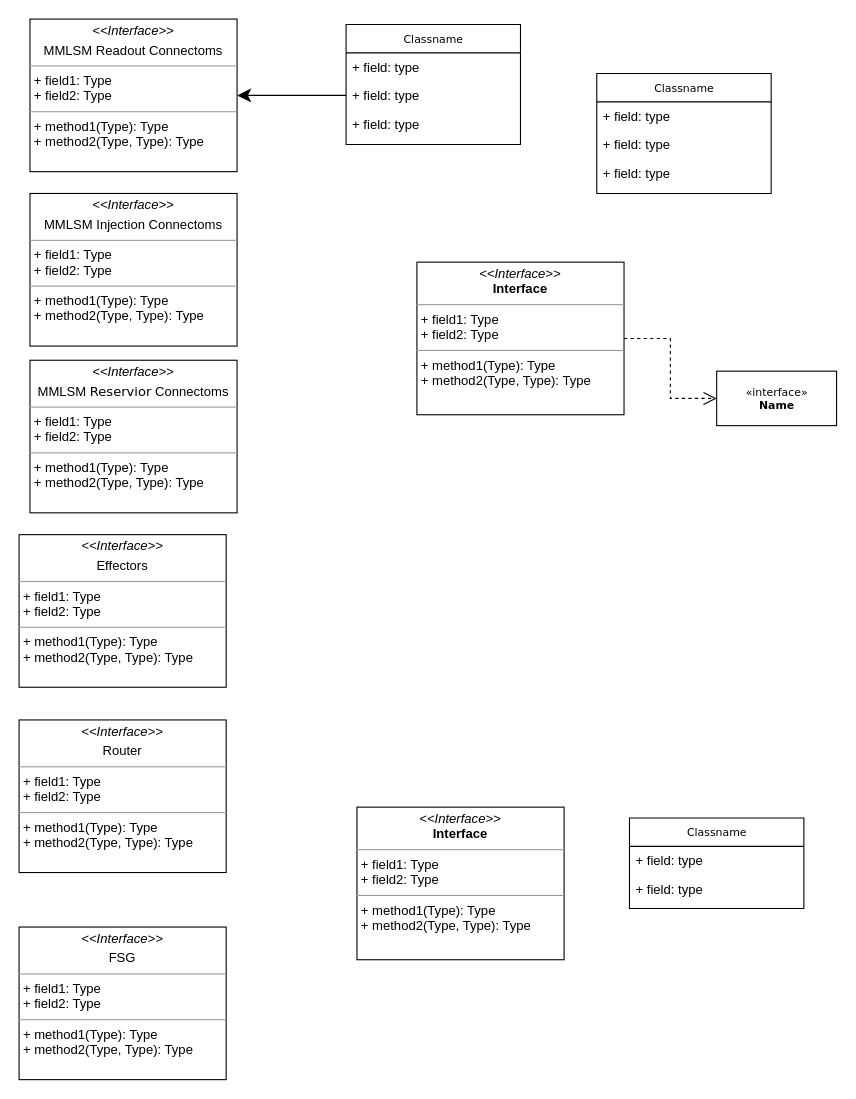
Before: node_class.drawio in xiechuxi/Memorophila_computing, a draw.io diagram. Source tidied: cells renumbered, new cells numbered last; positions are measured from the earlier drawing's top-left corner, leaving out a move shared by most shapes. Both pictures are drawn from the tidied source at 109%, with x=0, y=0 at pixel (19, 19).
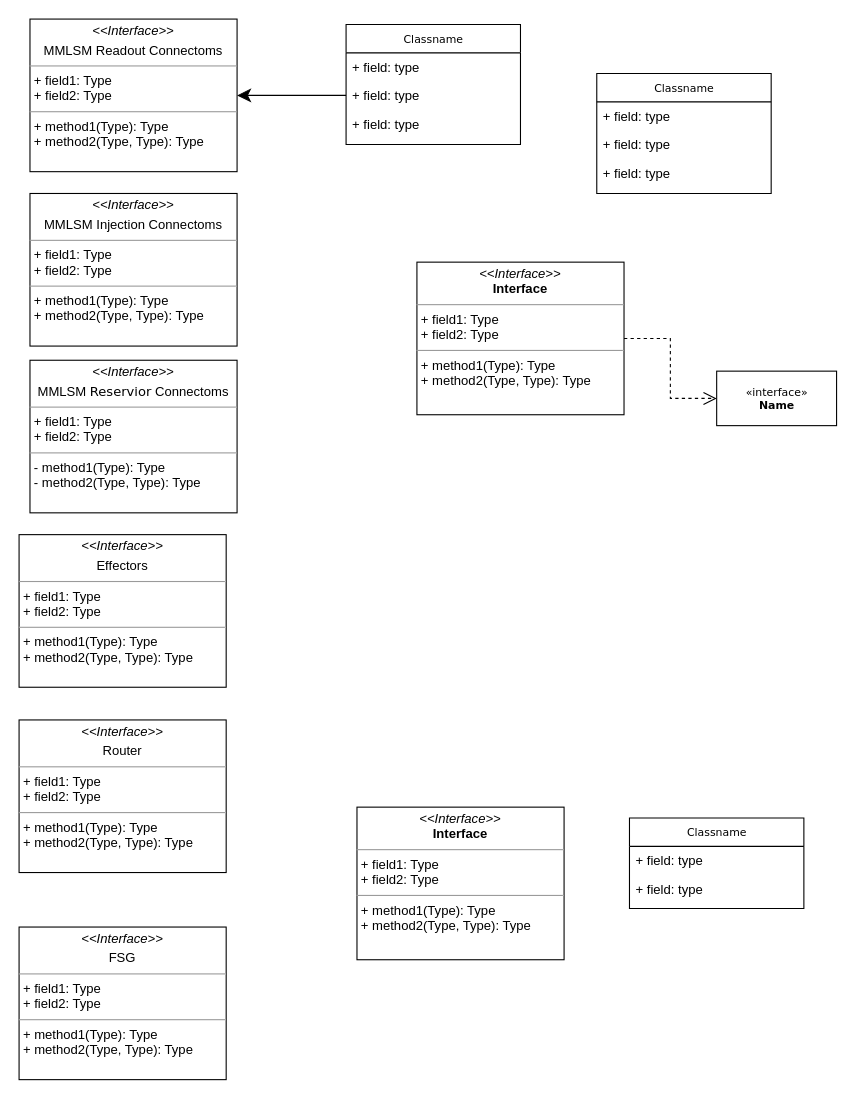
The same diagram, later.

The edit, as a diff of the source:
```diff
@@
-    <mxCell id="23" value="&lt;p style=&quot;margin:0px;margin-top:4px;text-align:center;&quot;&gt;&lt;i&gt;&amp;lt;&amp;lt;Interface&amp;gt;&amp;gt;&lt;/i&gt;&lt;br&gt;&lt;/p&gt;&lt;p style=&quot;margin:0px;margin-top:4px;text-align:center;&quot;&gt;MMLSM&amp;nbsp;&lt;span style=&quot;font-family: Verdana; white-space: normal;&quot;&gt;Reservior&lt;/span&gt;&amp;nbsp;Connectoms&lt;/p&gt;&lt;hr size=&quot;1&quot;&gt;&lt;p style=&quot;margin:0px;margin-left:4px;&quot;&gt;+ field1: Type&lt;br&gt;+ field2: Type&lt;/p&gt;&lt;hr size=&quot;1&quot;&gt;&lt;p style=&quot;margin:0px;margin-left:4px;&quot;&gt;+ method1(Type): Type&lt;br&gt;+ method2(Type, Type): Type&lt;/p&gt;" style="verticalAlign=top;align=left;overflow=fill;fontSize=12;fontFamily=Helvetica;html=1;rounded=0;shadow=0;comic=0;labelBackgroundColor=none;strokeWidth=1;" parent="1" vertex="1">
+    <mxCell id="23" value="&lt;p style=&quot;margin:0px;margin-top:4px;text-align:center;&quot;&gt;&lt;i&gt;&amp;lt;&amp;lt;Interface&amp;gt;&amp;gt;&lt;/i&gt;&lt;br&gt;&lt;/p&gt;&lt;p style=&quot;margin:0px;margin-top:4px;text-align:center;&quot;&gt;MMLSM&amp;nbsp;&lt;span style=&quot;font-family: Verdana; white-space: normal;&quot;&gt;Reservior&lt;/span&gt;&amp;nbsp;Connectoms&lt;/p&gt;&lt;hr size=&quot;1&quot;&gt;&lt;p style=&quot;margin:0px;margin-left:4px;&quot;&gt;+ field1: Type&lt;br&gt;+ field2: Type&lt;/p&gt;&lt;hr size=&quot;1&quot;&gt;&lt;p style=&quot;margin:0px;margin-left:4px;&quot;&gt;- method1(Type): Type&lt;br&gt;- method2(Type, Type): Type&lt;/p&gt;" style="verticalAlign=top;align=left;overflow=fill;fontSize=12;fontFamily=Helvetica;html=1;rounded=0;shadow=0;comic=0;labelBackgroundColor=none;strokeWidth=1;" parent="1" vertex="1">
       <mxGeometry x="10" y="313" width="190" height="140" as="geometry" />
     </mxCell>
```
